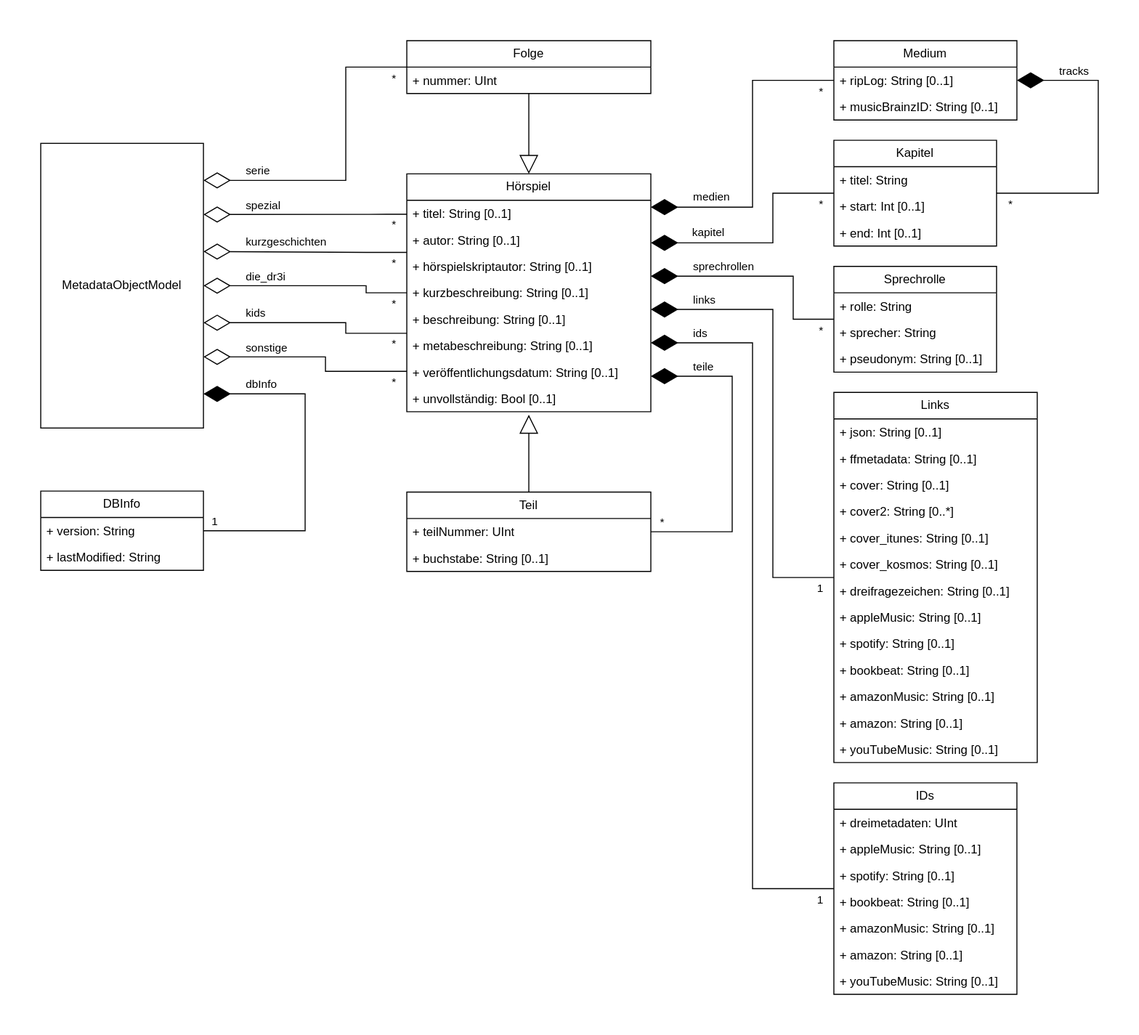
The draw.io diagram model/objectModel.svg in YourMJK/dreimetadaten, before a commit. Source tidied: cells renumbered, new cells last; positions are measured from the earlier drawing's top-left corner, leaving out a move shared by most shapes.
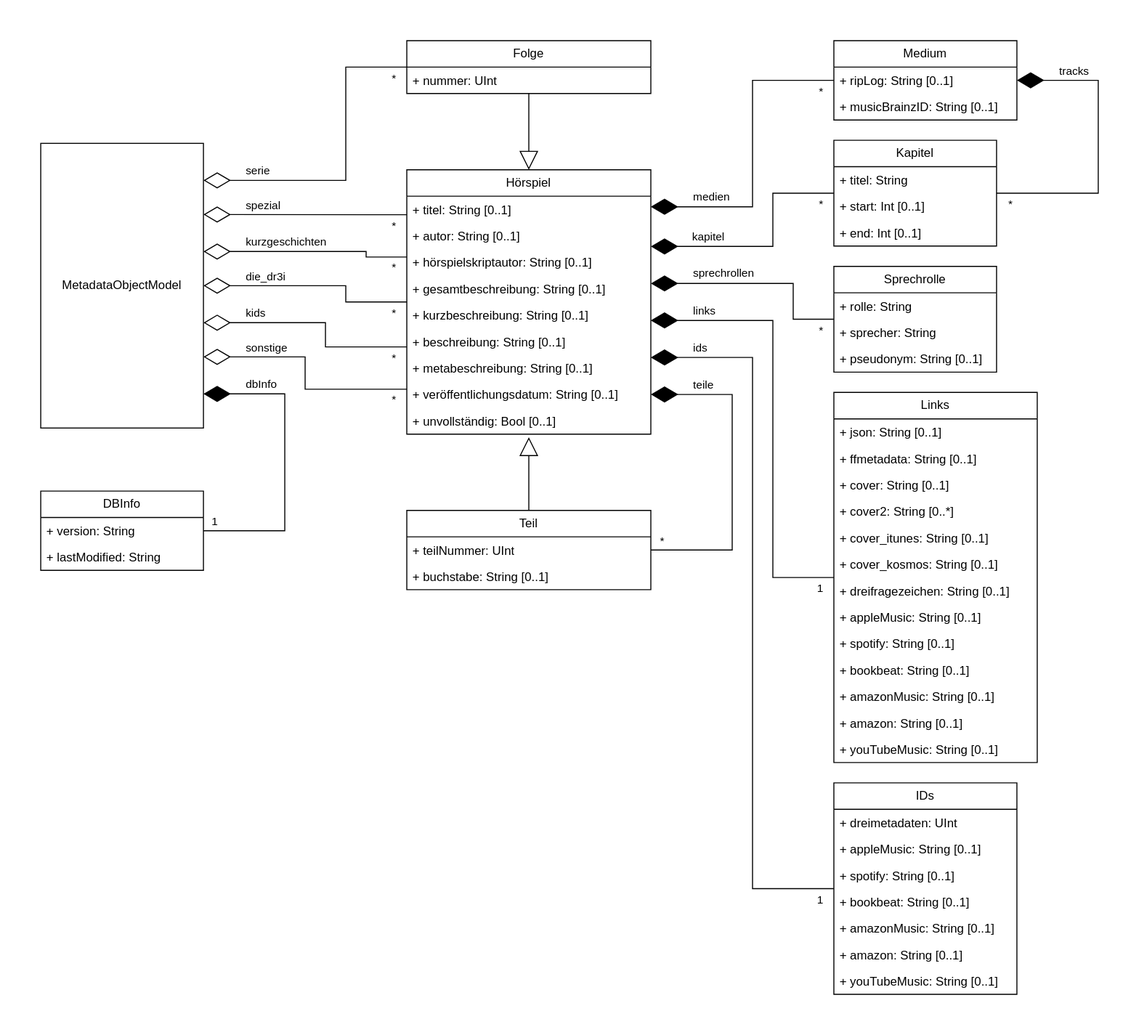
After the change.

Commit message:
code: Added new generated field "gesamtbeschreibung" to object model

Diff of the diagram source:
```diff
@@ -6,7 +6,7 @@
       <mxGeometry y="101" width="160" height="280" as="geometry" />
     </mxCell>
     <mxCell id="3" value="Hörspiel" style="swimlane;fontStyle=0;horizontal=1;startSize=26;fillColor=none;whiteSpace=wrap;html=1;points=[[0,0,0,0,0],[0,0.17,0,0,0],[0,0.33,0,0,0],[0,0.5,0,0,0],[0,0.67,0,0,0],[0,0.83,0,0,0],[0,1,0,0,0],[0.25,0,0,0,0],[0.25,1,0,0,0],[0.5,0,0,0,0],[0.5,1,0,0,0],[0.75,0,0,0,0],[0.75,1,0,0,0],[1,0,0,0,0],[1,0.14,0,0,0],[1,0.29,0,0,0],[1,0.43,0,0,0],[1,0.57,0,0,0],[1,0.71,0,0,0],[1,0.85,0,0,0],[1,1,0,0,0]];" parent="1" vertex="1">
-      <mxGeometry x="360" y="131" width="240" height="234" as="geometry" />
+      <mxGeometry x="360" y="127" width="240" height="260" as="geometry" />
     </mxCell>
     <mxCell id="4" value="+ titel: String [0..1]" style="text;strokeColor=none;fillColor=none;align=left;verticalAlign=top;spacingLeft=4;spacingRight=4;overflow=hidden;whiteSpace=wrap;html=1;" parent="3" vertex="1">
       <mxGeometry y="26" width="240" height="26" as="geometry" />
@@ -17,20 +17,23 @@
     <mxCell id="6" value="+ hörspielskriptautor: String [0..1]" style="text;strokeColor=none;fillColor=none;align=left;verticalAlign=top;spacingLeft=4;spacingRight=4;overflow=hidden;whiteSpace=wrap;html=1;" parent="3" vertex="1">
       <mxGeometry y="78" width="240" height="26" as="geometry" />
     </mxCell>
-    <mxCell id="7" value="+ kurzbeschreibung: String [0..1]" style="text;strokeColor=none;fillColor=none;align=left;verticalAlign=top;spacingLeft=4;spacingRight=4;overflow=hidden;whiteSpace=wrap;html=1;" parent="3" vertex="1">
+    <mxCell id="7" value="+ gesamtbeschreibung: String [0..1]" style="text;strokeColor=none;fillColor=none;align=left;verticalAlign=top;spacingLeft=4;spacingRight=4;overflow=hidden;whiteSpace=wrap;html=1;" parent="3" vertex="1">
       <mxGeometry y="104" width="240" height="26" as="geometry" />
     </mxCell>
+    <mxCell id="97" value="+ kurzbeschreibung: String [0..1]" style="text;strokeColor=none;fillColor=none;align=left;verticalAlign=top;spacingLeft=4;spacingRight=4;overflow=hidden;whiteSpace=wrap;html=1;" parent="3" vertex="1">
+      <mxGeometry y="130" width="240" height="26" as="geometry" />
+    </mxCell>
     <mxCell id="8" value="+ beschreibung: String [0..1]" style="text;strokeColor=none;fillColor=none;align=left;verticalAlign=top;spacingLeft=4;spacingRight=4;overflow=hidden;whiteSpace=wrap;html=1;" parent="3" vertex="1">
-      <mxGeometry y="130" width="240" height="26" as="geometry" />
+      <mxGeometry y="156" width="240" height="26" as="geometry" />
     </mxCell>
     <mxCell id="9" value="+ metabeschreibung: String [0..1]" style="text;strokeColor=none;fillColor=none;align=left;verticalAlign=top;spacingLeft=4;spacingRight=4;overflow=hidden;whiteSpace=wrap;html=1;" parent="3" vertex="1">
-      <mxGeometry y="156" width="240" height="26" as="geometry" />
+      <mxGeometry y="182" width="240" height="26" as="geometry" />
     </mxCell>
     <mxCell id="10" value="+ veröffentlichungsdatum: String [0..1]" style="text;strokeColor=none;fillColor=none;align=left;verticalAlign=top;spacingLeft=4;spacingRight=4;overflow=hidden;whiteSpace=wrap;html=1;" parent="3" vertex="1">
-      <mxGeometry y="182" width="240" height="26" as="geometry" />
+      <mxGeometry y="208" width="240" height="26" as="geometry" />
     </mxCell>
     <mxCell id="11" value="+ unvollständig: Bool [0..1]" style="text;strokeColor=none;fillColor=none;align=left;verticalAlign=top;spacingLeft=4;spacingRight=4;overflow=hidden;points=[[0,0.5],[1,0.5]];portConstraint=eastwest;whiteSpace=wrap;html=1;" parent="3" vertex="1">
-      <mxGeometry y="208" width="240" height="26" as="geometry" />
+      <mxGeometry y="234" width="240" height="26" as="geometry" />
     </mxCell>
     <mxCell id="12" value="Folge" style="swimlane;fontStyle=0;horizontal=1;startSize=26;fillColor=none;whiteSpace=wrap;html=1;points=[[0,0,0,0,0],[0,0.5,0,0,0],[0,1,0,0,0],[0.25,0,0,0,0],[0.25,1,0,0,0],[0.5,0,0,0,0],[0.5,1,0,0,0],[0.75,0,0,0,0],[0.75,1,0,0,0],[1,0,0,0,0],[1,0.25,0,0,0],[1,0.5,0,0,0],[1,0.75,0,0,0],[1,1,0,0,0]];" parent="1" vertex="1">
       <mxGeometry x="360" width="240" height="52" as="geometry" />
@@ -78,7 +81,7 @@
     <mxCell id="21" style="endArrow=diamondThin;endFill=0;endSize=24;html=1;rounded=0;edgeStyle=elbowEdgeStyle;exitX=0;exitY=0.33;exitDx=0;exitDy=0;exitPerimeter=0;entryX=1;entryY=0.38;entryDx=0;entryDy=0;entryPerimeter=0;" parent="1" edge="1" source="3" target="2">
       <mxGeometry relative="1" as="geometry">
         <Array as="points">
-          <mxPoint x="320" y="200" />
+          <mxPoint x="320" y="213" />
         </Array>
       </mxGeometry>
     </mxCell>
@@ -95,7 +98,7 @@
     <mxCell id="24" style="endArrow=diamondThin;endFill=0;endSize=24;html=1;rounded=0;edgeStyle=elbowEdgeStyle;exitX=0;exitY=0.5;exitDx=0;exitDy=0;exitPerimeter=0;entryX=1;entryY=0.5;entryDx=0;entryDy=0;entryPerimeter=0;" parent="1" edge="1" source="3" target="2">
       <mxGeometry relative="1" as="geometry">
         <Array as="points">
-          <mxPoint x="320" y="250" />
+          <mxPoint x="300" y="250" />
         </Array>
       </mxGeometry>
     </mxCell>
@@ -109,9 +112,8 @@
         <mxPoint x="-10" as="offset" />
       </mxGeometry>
     </mxCell>
-    <mxCell id="27" style="endArrow=diamondThin;endFill=1;endSize=24;html=1;rounded=0;edgeStyle=elbowEdgeStyle;exitX=1;exitY=0.5;exitDx=0;exitDy=0;exitPerimeter=0;" parent="1" edge="1" source="56">
+    <mxCell id="27" style="endArrow=diamondThin;endFill=1;endSize=24;html=1;rounded=0;edgeStyle=elbowEdgeStyle;exitX=1;exitY=0.5;exitDx=0;exitDy=0;exitPerimeter=0;entryX=1;entryY=0.85;entryDx=0;entryDy=0;entryPerimeter=0;" parent="1" edge="1" source="56" target="3">
       <mxGeometry relative="1" as="geometry">
-        <mxPoint x="600" y="330" as="targetPoint" />
         <Array as="points">
           <mxPoint x="680" y="410" />
         </Array>
@@ -246,7 +248,7 @@
       <mxGeometry y="78" width="160" height="26" as="geometry" />
     </mxCell>
     <mxCell id="56" value="Teil" style="swimlane;fontStyle=0;horizontal=1;startSize=26;fillColor=none;whiteSpace=wrap;html=1;points=[[0,0,0,0,0],[0,0.25,0,0,0],[0,0.75,0,0,0],[0,1,0,0,0],[0.25,0,0,0,0],[0.25,1,0,0,0],[0.5,0,0,0,0],[0.5,1,0,0,0],[0.75,0,0,0,0],[0.75,1,0,0,0],[1,0,0,0,0],[1,0.25,0,0,0],[1,0.5,0,0,0],[1,0.75,0,0,0],[1,1,0,0,0]];" parent="1" vertex="1">
-      <mxGeometry x="360" y="444" width="240" height="78" as="geometry" />
+      <mxGeometry x="360" y="462" width="240" height="78" as="geometry" />
     </mxCell>
     <mxCell id="57" value="+ teilNummer: UInt" style="text;strokeColor=none;fillColor=none;align=left;verticalAlign=top;spacingLeft=4;spacingRight=4;overflow=hidden;whiteSpace=wrap;html=1;" parent="56" vertex="1">
       <mxGeometry y="26" width="240" height="26" as="geometry" />
@@ -302,7 +304,7 @@
     <mxCell id="74" style="endArrow=diamondThin;endFill=0;endSize=24;html=1;rounded=0;edgeStyle=elbowEdgeStyle;exitX=0;exitY=0.67;exitDx=0;exitDy=0;exitPerimeter=0;entryX=1;entryY=0.63;entryDx=0;entryDy=0;entryPerimeter=0;" parent="1" edge="1" source="3" target="2">
       <mxGeometry relative="1" as="geometry">
         <Array as="points">
-          <mxPoint x="300" y="277" />
+          <mxPoint x="280" y="290" />
         </Array>
       </mxGeometry>
     </mxCell>
@@ -369,7 +371,7 @@
     <mxCell id="91" style="endArrow=diamondThin;endFill=1;endSize=24;html=1;rounded=0;edgeStyle=elbowEdgeStyle;exitX=1;exitY=0.5;exitDx=0;exitDy=0;entryX=1;entryY=0.88;entryDx=0;entryDy=0;entryPerimeter=0;" parent="1" edge="1" source="89" target="2">
       <mxGeometry relative="1" as="geometry">
         <Array as="points">
-          <mxPoint x="260" y="420" />
+          <mxPoint x="240" y="420" />
         </Array>
       </mxGeometry>
     </mxCell>
@@ -386,7 +388,7 @@
     <mxCell id="94" style="endArrow=diamondThin;endFill=0;endSize=24;html=1;rounded=0;edgeStyle=elbowEdgeStyle;exitX=0;exitY=0.83;exitDx=0;exitDy=0;exitPerimeter=0;entryX=1;entryY=0.75;entryDx=0;entryDy=0;entryPerimeter=0;" parent="1" edge="1" source="3" target="2">
       <mxGeometry relative="1" as="geometry">
         <Array as="points">
-          <mxPoint x="280" y="320" />
+          <mxPoint x="260" y="330" />
         </Array>
       </mxGeometry>
     </mxCell>
```
